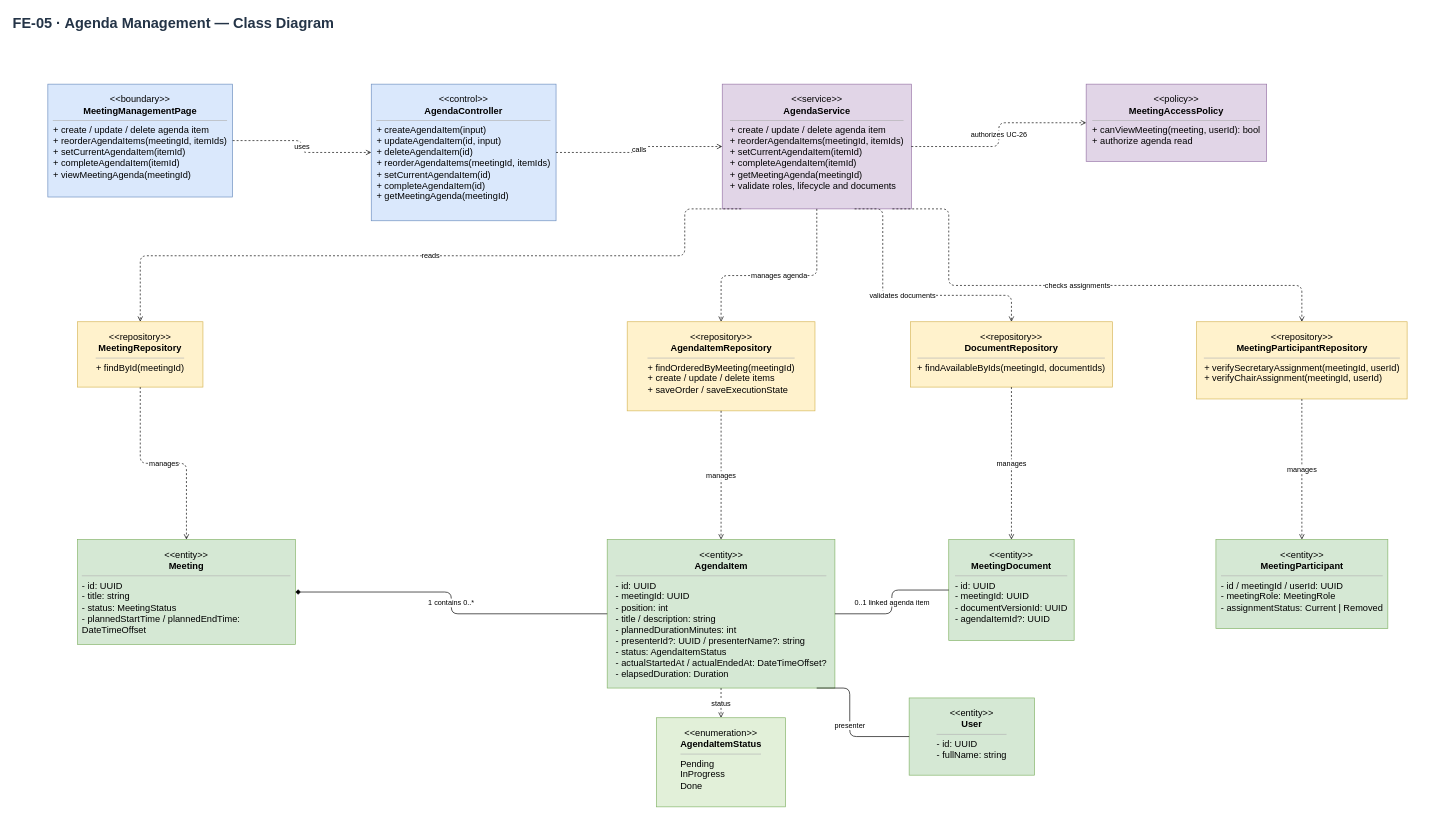
The draw.io diagram docs/07-classdiagram/feature-05-agenda-management-class-diagram.drawio in callmehai/FU-FA26-G116, before the edit. Source tidied: cells renumbered, new cells numbered last; positions are measured from the earlier drawing's top-left corner, leaving out a move shared by most shapes. Both pictures are drawn from the tidied source at 66%, with x=0, y=0 at pixel (11, 11).
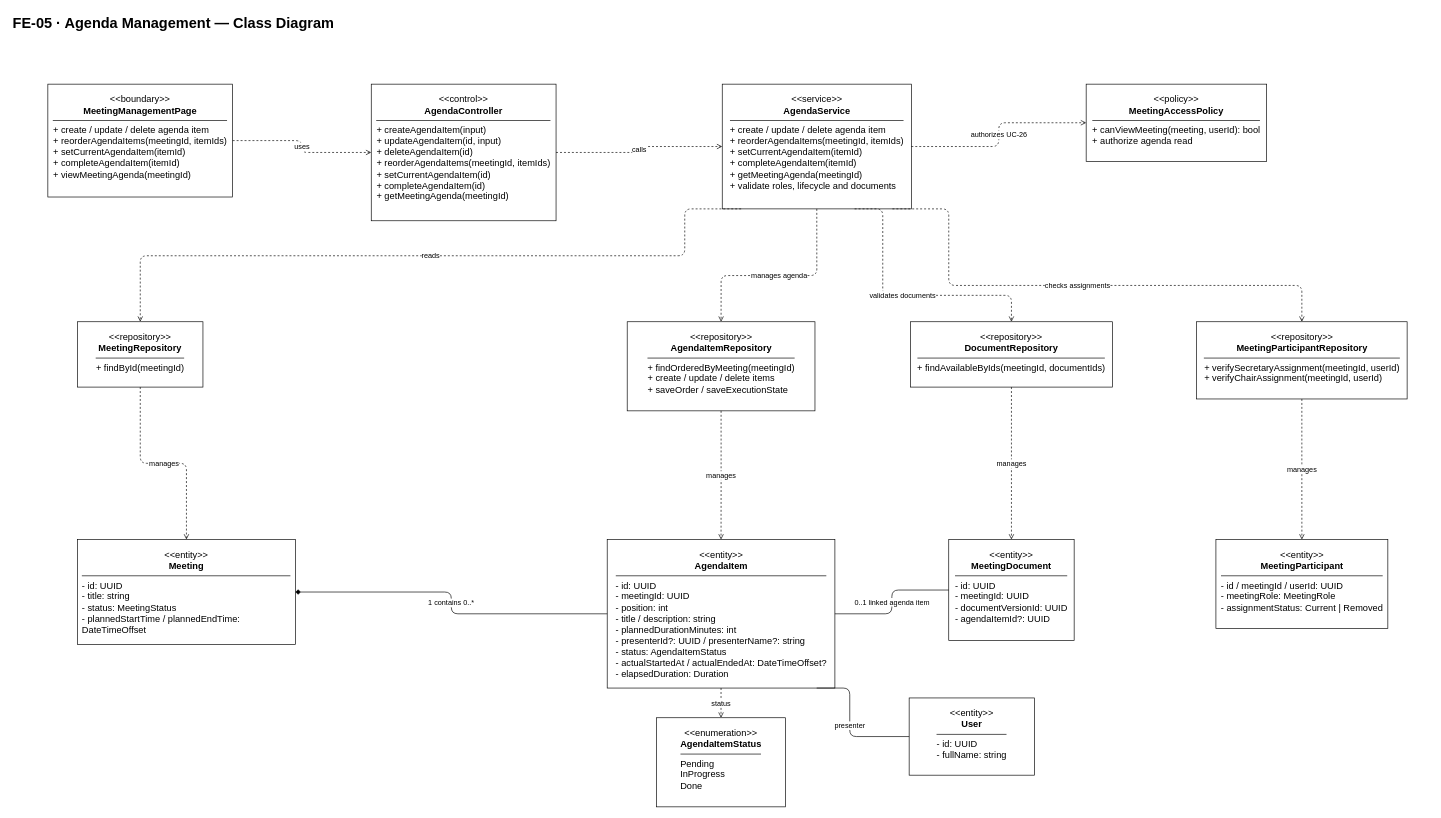
The same diagram, later.

Change to the diagram source:
```diff
@@
-    <mxCell id="2" value="FE-05 · Agenda Management — Class Diagram" style="text;html=1;align=left;verticalAlign=middle;fontSize=22;fontStyle=1;fontColor=#243447;" parent="1" vertex="1">
+    <mxCell id="2" value="FE-05 · Agenda Management — Class Diagram" style="text;html=1;align=left;verticalAlign=middle;fontSize=22;fontStyle=1;fontColor=#000000;" parent="1" vertex="1">
       <mxGeometry width="2150" height="38" as="geometry" />
     </mxCell>
-    <mxCell id="3" value="&lt;div style=&quot;text-align:center&quot;&gt;&amp;lt;&amp;lt;boundary&amp;gt;&amp;gt;&lt;br&gt;&lt;b&gt;MeetingManagementPage&lt;/b&gt;&lt;/div&gt;&lt;hr style=&quot;width:100%;height:0;border:0;border-top:1px solid #b3b3b3;margin:6px 0;&quot;&gt;&lt;div style=&quot;text-align:left&quot;&gt;+ create / update / delete agenda item&lt;br&gt;+ reorderAgendaItems(meetingId, itemIds)&lt;br&gt;+ setCurrentAgendaItem(itemId)&lt;br&gt;+ completeAgendaItem(itemId)&lt;br&gt;+ viewMeetingAgenda(meetingId)&lt;/div&gt;" style="rounded=0;whiteSpace=wrap;html=1;fillColor=#dae8fc;strokeColor=#6c8ebf;align=center;verticalAlign=top;spacingTop=8;spacingLeft=6;spacingRight=6;fontSize=14;" parent="1" vertex="1">
+    <mxCell id="3" value="&lt;div style=&quot;text-align:center&quot;&gt;&amp;lt;&amp;lt;boundary&amp;gt;&amp;gt;&lt;br&gt;&lt;b&gt;MeetingManagementPage&lt;/b&gt;&lt;/div&gt;&lt;hr style=&quot;width:100%;height:0;border:0;border-top:1px solid #000000;margin:6px 0;&quot;&gt;&lt;div style=&quot;text-align:left&quot;&gt;+ create / update / delete agenda item&lt;br&gt;+ reorderAgendaItems(meetingId, itemIds)&lt;br&gt;+ setCurrentAgendaItem(itemId)&lt;br&gt;+ completeAgendaItem(itemId)&lt;br&gt;+ viewMeetingAgenda(meetingId)&lt;/div&gt;" style="rounded=0;whiteSpace=wrap;html=1;fillColor=#ffffff;strokeColor=#000000;align=center;verticalAlign=top;spacingTop=8;spacingLeft=6;spacingRight=6;fontSize=14;" parent="1" vertex="1">
       <mxGeometry x="55" y="110" width="280" height="171" as="geometry" />
     </mxCell>
-    <mxCell id="4" value="&lt;div style=&quot;text-align:center&quot;&gt;&amp;lt;&amp;lt;control&amp;gt;&amp;gt;&lt;br&gt;&lt;b&gt;AgendaController&lt;/b&gt;&lt;/div&gt;&lt;hr style=&quot;width:100%;height:0;border:0;border-top:1px solid #b3b3b3;margin:6px 0;&quot;&gt;&lt;div style=&quot;text-align:left&quot;&gt;+ createAgendaItem(input)&lt;br&gt;+ updateAgendaItem(id, input)&lt;br&gt;+ deleteAgendaItem(id)&lt;br&gt;+ reorderAgendaItems(meetingId, itemIds)&lt;br&gt;+ setCurrentAgendaItem(id)&lt;br&gt;+ completeAgendaItem(id)&lt;br&gt;+ getMeetingAgenda(meetingId)&lt;/div&gt;" style="rounded=0;whiteSpace=wrap;html=1;fillColor=#dae8fc;strokeColor=#6c8ebf;align=center;verticalAlign=top;spacingTop=8;spacingLeft=6;spacingRight=6;fontSize=14;" parent="1" vertex="1">
+    <mxCell id="4" value="&lt;div style=&quot;text-align:center&quot;&gt;&amp;lt;&amp;lt;control&amp;gt;&amp;gt;&lt;br&gt;&lt;b&gt;AgendaController&lt;/b&gt;&lt;/div&gt;&lt;hr style=&quot;width:100%;height:0;border:0;border-top:1px solid #000000;margin:6px 0;&quot;&gt;&lt;div style=&quot;text-align:left&quot;&gt;+ createAgendaItem(input)&lt;br&gt;+ updateAgendaItem(id, input)&lt;br&gt;+ deleteAgendaItem(id)&lt;br&gt;+ reorderAgendaItems(meetingId, itemIds)&lt;br&gt;+ setCurrentAgendaItem(id)&lt;br&gt;+ completeAgendaItem(id)&lt;br&gt;+ getMeetingAgenda(meetingId)&lt;/div&gt;" style="rounded=0;whiteSpace=wrap;html=1;fillColor=#ffffff;strokeColor=#000000;align=center;verticalAlign=top;spacingTop=8;spacingLeft=6;spacingRight=6;fontSize=14;" parent="1" vertex="1">
       <mxGeometry x="545" y="110" width="280" height="207" as="geometry" />
     </mxCell>
-    <mxCell id="5" value="&lt;div style=&quot;text-align:center&quot;&gt;&amp;lt;&amp;lt;service&amp;gt;&amp;gt;&lt;br&gt;&lt;b&gt;AgendaService&lt;/b&gt;&lt;/div&gt;&lt;hr style=&quot;width:100%;height:0;border:0;border-top:1px solid #b3b3b3;margin:6px 0;&quot;&gt;&lt;div style=&quot;text-align:left&quot;&gt;+ create / update / delete agenda item&lt;br&gt;+ reorderAgendaItems(meetingId, itemIds)&lt;br&gt;+ setCurrentAgendaItem(itemId)&lt;br&gt;+ completeAgendaItem(itemId)&lt;br&gt;+ getMeetingAgenda(meetingId)&lt;br&gt;+ validate roles, lifecycle and documents&lt;/div&gt;" style="rounded=0;whiteSpace=wrap;html=1;fillColor=#e1d5e7;strokeColor=#9673a6;align=center;verticalAlign=top;spacingTop=8;spacingLeft=6;spacingRight=6;fontSize=14;" parent="1" vertex="1">
+    <mxCell id="5" value="&lt;div style=&quot;text-align:center&quot;&gt;&amp;lt;&amp;lt;service&amp;gt;&amp;gt;&lt;br&gt;&lt;b&gt;AgendaService&lt;/b&gt;&lt;/div&gt;&lt;hr style=&quot;width:100%;height:0;border:0;border-top:1px solid #000000;margin:6px 0;&quot;&gt;&lt;div style=&quot;text-align:left&quot;&gt;+ create / update / delete agenda item&lt;br&gt;+ reorderAgendaItems(meetingId, itemIds)&lt;br&gt;+ setCurrentAgendaItem(itemId)&lt;br&gt;+ completeAgendaItem(itemId)&lt;br&gt;+ getMeetingAgenda(meetingId)&lt;br&gt;+ validate roles, lifecycle and documents&lt;/div&gt;" style="rounded=0;whiteSpace=wrap;html=1;fillColor=#ffffff;strokeColor=#000000;align=center;verticalAlign=top;spacingTop=8;spacingLeft=6;spacingRight=6;fontSize=14;" parent="1" vertex="1">
       <mxGeometry x="1076.8" y="110" width="286.5" height="189" as="geometry" />
     </mxCell>
-    <mxCell id="6" value="&lt;div style=&quot;text-align:center&quot;&gt;&amp;lt;&amp;lt;policy&amp;gt;&amp;gt;&lt;br&gt;&lt;b&gt;MeetingAccessPolicy&lt;/b&gt;&lt;/div&gt;&lt;hr style=&quot;width:100%;height:0;border:0;border-top:1px solid #b3b3b3;margin:6px 0;&quot;&gt;&lt;div style=&quot;text-align:left&quot;&gt;+ canViewMeeting(meeting, userId): bool&lt;br&gt;+ authorize agenda read&lt;/div&gt;" style="rounded=0;whiteSpace=wrap;html=1;fillColor=#e1d5e7;strokeColor=#9673a6;align=center;verticalAlign=top;spacingTop=8;spacingLeft=6;spacingRight=6;fontSize=14;" parent="1" vertex="1">
+    <mxCell id="6" value="&lt;div style=&quot;text-align:center&quot;&gt;&amp;lt;&amp;lt;policy&amp;gt;&amp;gt;&lt;br&gt;&lt;b&gt;MeetingAccessPolicy&lt;/b&gt;&lt;/div&gt;&lt;hr style=&quot;width:100%;height:0;border:0;border-top:1px solid #000000;margin:6px 0;&quot;&gt;&lt;div style=&quot;text-align:left&quot;&gt;+ canViewMeeting(meeting, userId): bool&lt;br&gt;+ authorize agenda read&lt;/div&gt;" style="rounded=0;whiteSpace=wrap;html=1;fillColor=#ffffff;strokeColor=#000000;align=center;verticalAlign=top;spacingTop=8;spacingLeft=6;spacingRight=6;fontSize=14;" parent="1" vertex="1">
       <mxGeometry x="1628.2" y="110" width="273.5" height="117" as="geometry" />
     </mxCell>
-    <mxCell id="7" value="&lt;div style=&quot;text-align:center&quot;&gt;&amp;lt;&amp;lt;repository&amp;gt;&amp;gt;&lt;br&gt;&lt;b&gt;MeetingRepository&lt;/b&gt;&lt;/div&gt;&lt;hr style=&quot;width:100%;height:0;border:0;border-top:1px solid #b3b3b3;margin:6px 0;&quot;&gt;&lt;div style=&quot;text-align:left&quot;&gt;+ findById(meetingId)&lt;/div&gt;" style="rounded=0;whiteSpace=wrap;html=1;fillColor=#fff2cc;strokeColor=#d6b656;align=center;verticalAlign=top;spacingTop=8;spacingLeft=6;spacingRight=6;fontSize=14;" parent="1" vertex="1">
+    <mxCell id="7" value="&lt;div style=&quot;text-align:center&quot;&gt;&amp;lt;&amp;lt;repository&amp;gt;&amp;gt;&lt;br&gt;&lt;b&gt;MeetingRepository&lt;/b&gt;&lt;/div&gt;&lt;hr style=&quot;width:100%;height:0;border:0;border-top:1px solid #000000;margin:6px 0;&quot;&gt;&lt;div style=&quot;text-align:left&quot;&gt;+ findById(meetingId)&lt;/div&gt;" style="rounded=0;whiteSpace=wrap;html=1;fillColor=#ffffff;strokeColor=#000000;align=center;verticalAlign=top;spacingTop=8;spacingLeft=6;spacingRight=6;fontSize=14;" parent="1" vertex="1">
       <mxGeometry x="100" y="470" width="190" height="99" as="geometry" />
     </mxCell>
-    <mxCell id="8" value="&lt;div style=&quot;text-align:center&quot;&gt;&amp;lt;&amp;lt;repository&amp;gt;&amp;gt;&lt;br&gt;&lt;b&gt;AgendaItemRepository&lt;/b&gt;&lt;/div&gt;&lt;hr style=&quot;width:100%;height:0;border:0;border-top:1px solid #b3b3b3;margin:6px 0;&quot;&gt;&lt;div style=&quot;text-align:left&quot;&gt;+ findOrderedByMeeting(meetingId)&lt;br&gt;+ create / update / delete items&lt;br&gt;+ saveOrder / saveExecutionState&lt;/div&gt;" style="rounded=0;whiteSpace=wrap;html=1;fillColor=#fff2cc;strokeColor=#d6b656;align=center;verticalAlign=top;spacingTop=8;spacingLeft=6;spacingRight=6;fontSize=14;" parent="1" vertex="1">
+    <mxCell id="8" value="&lt;div style=&quot;text-align:center&quot;&gt;&amp;lt;&amp;lt;repository&amp;gt;&amp;gt;&lt;br&gt;&lt;b&gt;AgendaItemRepository&lt;/b&gt;&lt;/div&gt;&lt;hr style=&quot;width:100%;height:0;border:0;border-top:1px solid #000000;margin:6px 0;&quot;&gt;&lt;div style=&quot;text-align:left&quot;&gt;+ findOrderedByMeeting(meetingId)&lt;br&gt;+ create / update / delete items&lt;br&gt;+ saveOrder / saveExecutionState&lt;/div&gt;" style="rounded=0;whiteSpace=wrap;html=1;fillColor=#ffffff;strokeColor=#000000;align=center;verticalAlign=top;spacingTop=8;spacingLeft=6;spacingRight=6;fontSize=14;" parent="1" vertex="1">
       <mxGeometry x="932.8" y="470" width="284.5" height="135" as="geometry" />
     </mxCell>
-    <mxCell id="9" value="&lt;div style=&quot;text-align:center&quot;&gt;&amp;lt;&amp;lt;repository&amp;gt;&amp;gt;&lt;br&gt;&lt;b&gt;DocumentRepository&lt;/b&gt;&lt;/div&gt;&lt;hr style=&quot;width:100%;height:0;border:0;border-top:1px solid #b3b3b3;margin:6px 0;&quot;&gt;&lt;div style=&quot;text-align:left&quot;&gt;+ findAvailableByIds(meetingId, documentIds)&lt;/div&gt;" style="rounded=0;whiteSpace=wrap;html=1;fillColor=#fff2cc;strokeColor=#d6b656;align=center;verticalAlign=top;spacingTop=8;spacingLeft=6;spacingRight=6;fontSize=14;" parent="1" vertex="1">
+    <mxCell id="9" value="&lt;div style=&quot;text-align:center&quot;&gt;&amp;lt;&amp;lt;repository&amp;gt;&amp;gt;&lt;br&gt;&lt;b&gt;DocumentRepository&lt;/b&gt;&lt;/div&gt;&lt;hr style=&quot;width:100%;height:0;border:0;border-top:1px solid #000000;margin:6px 0;&quot;&gt;&lt;div style=&quot;text-align:left&quot;&gt;+ findAvailableByIds(meetingId, documentIds)&lt;/div&gt;" style="rounded=0;whiteSpace=wrap;html=1;fillColor=#ffffff;strokeColor=#000000;align=center;verticalAlign=top;spacingTop=8;spacingLeft=6;spacingRight=6;fontSize=14;" parent="1" vertex="1">
       <mxGeometry x="1362" y="470" width="306" height="99" as="geometry" />
     </mxCell>
-    <mxCell id="10" value="&lt;div style=&quot;text-align:center&quot;&gt;&amp;lt;&amp;lt;repository&amp;gt;&amp;gt;&lt;br&gt;&lt;b&gt;MeetingParticipantRepository&lt;/b&gt;&lt;/div&gt;&lt;hr style=&quot;width:100%;height:0;border:0;border-top:1px solid #b3b3b3;margin:6px 0;&quot;&gt;&lt;div style=&quot;text-align:left&quot;&gt;+ verifySecretaryAssignment(meetingId, userId)&lt;br&gt;+ verifyChairAssignment(meetingId, userId)&lt;/div&gt;" style="rounded=0;whiteSpace=wrap;html=1;fillColor=#fff2cc;strokeColor=#d6b656;align=center;verticalAlign=top;spacingTop=8;spacingLeft=6;spacingRight=6;fontSize=14;" parent="1" vertex="1">
+    <mxCell id="10" value="&lt;div style=&quot;text-align:center&quot;&gt;&amp;lt;&amp;lt;repository&amp;gt;&amp;gt;&lt;br&gt;&lt;b&gt;MeetingParticipantRepository&lt;/b&gt;&lt;/div&gt;&lt;hr style=&quot;width:100%;height:0;border:0;border-top:1px solid #000000;margin:6px 0;&quot;&gt;&lt;div style=&quot;text-align:left&quot;&gt;+ verifySecretaryAssignment(meetingId, userId)&lt;br&gt;+ verifyChairAssignment(meetingId, userId)&lt;/div&gt;" style="rounded=0;whiteSpace=wrap;html=1;fillColor=#ffffff;strokeColor=#000000;align=center;verticalAlign=top;spacingTop=8;spacingLeft=6;spacingRight=6;fontSize=14;" parent="1" vertex="1">
       <mxGeometry x="1795.5" y="470" width="319" height="117" as="geometry" />
     </mxCell>
-    <mxCell id="11" value="&lt;div style=&quot;text-align:center&quot;&gt;&amp;lt;&amp;lt;entity&amp;gt;&amp;gt;&lt;br&gt;&lt;b&gt;Meeting&lt;/b&gt;&lt;/div&gt;&lt;hr style=&quot;width:100%;height:0;border:0;border-top:1px solid #b3b3b3;margin:6px 0;&quot;&gt;&lt;div style=&quot;text-align:left&quot;&gt;- id: UUID&lt;br&gt;- title: string&lt;br&gt;- status: MeetingStatus&lt;br&gt;- plannedStartTime / plannedEndTime: DateTimeOffset&lt;/div&gt;" style="rounded=0;whiteSpace=wrap;html=1;fillColor=#d5e8d4;strokeColor=#82b366;align=center;verticalAlign=top;spacingTop=8;spacingLeft=6;spacingRight=6;fontSize=14;" parent="1" vertex="1">
+    <mxCell id="11" value="&lt;div style=&quot;text-align:center&quot;&gt;&amp;lt;&amp;lt;entity&amp;gt;&amp;gt;&lt;br&gt;&lt;b&gt;Meeting&lt;/b&gt;&lt;/div&gt;&lt;hr style=&quot;width:100%;height:0;border:0;border-top:1px solid #000000;margin:6px 0;&quot;&gt;&lt;div style=&quot;text-align:left&quot;&gt;- id: UUID&lt;br&gt;- title: string&lt;br&gt;- status: MeetingStatus&lt;br&gt;- plannedStartTime / plannedEndTime: DateTimeOffset&lt;/div&gt;" style="rounded=0;whiteSpace=wrap;html=1;fillColor=#ffffff;strokeColor=#000000;align=center;verticalAlign=top;spacingTop=8;spacingLeft=6;spacingRight=6;fontSize=14;" parent="1" vertex="1">
       <mxGeometry x="100" y="800" width="330" height="159" as="geometry" />
     </mxCell>
-    <mxCell id="12" value="&lt;div style=&quot;text-align:center&quot;&gt;&amp;lt;&amp;lt;entity&amp;gt;&amp;gt;&lt;br&gt;&lt;b&gt;AgendaItem&lt;/b&gt;&lt;/div&gt;&lt;hr style=&quot;width:100%;height:0;border:0;border-top:1px solid #b3b3b3;margin:6px 0;&quot;&gt;&lt;div style=&quot;text-align:left&quot;&gt;- id: UUID&lt;br&gt;- meetingId: UUID&lt;br&gt;- position: int&lt;br&gt;- title / description: string&lt;br&gt;- plannedDurationMinutes: int&lt;br&gt;- presenterId?: UUID / presenterName?: string&lt;br&gt;- status: AgendaItemStatus&lt;br&gt;- actualStartedAt / actualEndedAt: DateTimeOffset?&lt;br&gt;- elapsedDuration: Duration&lt;/div&gt;" style="rounded=0;whiteSpace=wrap;html=1;fillColor=#d5e8d4;strokeColor=#82b366;align=center;verticalAlign=top;spacingTop=8;spacingLeft=6;spacingRight=6;fontSize=14;" parent="1" vertex="1">
+    <mxCell id="12" value="&lt;div style=&quot;text-align:center&quot;&gt;&amp;lt;&amp;lt;entity&amp;gt;&amp;gt;&lt;br&gt;&lt;b&gt;AgendaItem&lt;/b&gt;&lt;/div&gt;&lt;hr style=&quot;width:100%;height:0;border:0;border-top:1px solid #000000;margin:6px 0;&quot;&gt;&lt;div style=&quot;text-align:left&quot;&gt;- id: UUID&lt;br&gt;- meetingId: UUID&lt;br&gt;- position: int&lt;br&gt;- title / description: string&lt;br&gt;- plannedDurationMinutes: int&lt;br&gt;- presenterId?: UUID / presenterName?: string&lt;br&gt;- status: AgendaItemStatus&lt;br&gt;- actualStartedAt / actualEndedAt: DateTimeOffset?&lt;br&gt;- elapsedDuration: Duration&lt;/div&gt;" style="rounded=0;whiteSpace=wrap;html=1;fillColor=#ffffff;strokeColor=#000000;align=center;verticalAlign=top;spacingTop=8;spacingLeft=6;spacingRight=6;fontSize=14;" parent="1" vertex="1">
       <mxGeometry x="902.5" y="800" width="345" height="225" as="geometry" />
     </mxCell>
-    <mxCell id="13" value="&lt;div style=&quot;text-align:center&quot;&gt;&amp;lt;&amp;lt;entity&amp;gt;&amp;gt;&lt;br&gt;&lt;b&gt;MeetingDocument&lt;/b&gt;&lt;/div&gt;&lt;hr style=&quot;width:100%;height:0;border:0;border-top:1px solid #b3b3b3;margin:6px 0;&quot;&gt;&lt;div style=&quot;text-align:left&quot;&gt;- id: UUID&lt;br&gt;- meetingId: UUID&lt;br&gt;- documentVersionId: UUID&lt;br&gt;- agendaItemId?: UUID&lt;/div&gt;" style="rounded=0;whiteSpace=wrap;html=1;fillColor=#d5e8d4;strokeColor=#82b366;align=center;verticalAlign=top;spacingTop=8;spacingLeft=6;spacingRight=6;fontSize=14;" parent="1" vertex="1">
+    <mxCell id="13" value="&lt;div style=&quot;text-align:center&quot;&gt;&amp;lt;&amp;lt;entity&amp;gt;&amp;gt;&lt;br&gt;&lt;b&gt;MeetingDocument&lt;/b&gt;&lt;/div&gt;&lt;hr style=&quot;width:100%;height:0;border:0;border-top:1px solid #000000;margin:6px 0;&quot;&gt;&lt;div style=&quot;text-align:left&quot;&gt;- id: UUID&lt;br&gt;- meetingId: UUID&lt;br&gt;- documentVersionId: UUID&lt;br&gt;- agendaItemId?: UUID&lt;/div&gt;" style="rounded=0;whiteSpace=wrap;html=1;fillColor=#ffffff;strokeColor=#000000;align=center;verticalAlign=top;spacingTop=8;spacingLeft=6;spacingRight=6;fontSize=14;" parent="1" vertex="1">
       <mxGeometry x="1420" y="800" width="190" height="153" as="geometry" />
     </mxCell>
-    <mxCell id="14" value="&lt;div style=&quot;text-align:center&quot;&gt;&amp;lt;&amp;lt;entity&amp;gt;&amp;gt;&lt;br&gt;&lt;b&gt;MeetingParticipant&lt;/b&gt;&lt;/div&gt;&lt;hr style=&quot;width:100%;height:0;border:0;border-top:1px solid #b3b3b3;margin:6px 0;&quot;&gt;&lt;div style=&quot;text-align:left&quot;&gt;- id / meetingId / userId: UUID&lt;br&gt;- meetingRole: MeetingRole&lt;br&gt;- assignmentStatus: Current | Removed&lt;/div&gt;" style="rounded=0;whiteSpace=wrap;html=1;fillColor=#d5e8d4;strokeColor=#82b366;align=center;verticalAlign=top;spacingTop=8;spacingLeft=6;spacingRight=6;fontSize=14;" parent="1" vertex="1">
+    <mxCell id="14" value="&lt;div style=&quot;text-align:center&quot;&gt;&amp;lt;&amp;lt;entity&amp;gt;&amp;gt;&lt;br&gt;&lt;b&gt;MeetingParticipant&lt;/b&gt;&lt;/div&gt;&lt;hr style=&quot;width:100%;height:0;border:0;border-top:1px solid #000000;margin:6px 0;&quot;&gt;&lt;div style=&quot;text-align:left&quot;&gt;- id / meetingId / userId: UUID&lt;br&gt;- meetingRole: MeetingRole&lt;br&gt;- assignmentStatus: Current | Removed&lt;/div&gt;" style="rounded=0;whiteSpace=wrap;html=1;fillColor=#ffffff;strokeColor=#000000;align=center;verticalAlign=top;spacingTop=8;spacingLeft=6;spacingRight=6;fontSize=14;" parent="1" vertex="1">
       <mxGeometry x="1824.8" y="800" width="260.5" height="135" as="geometry" />
     </mxCell>
-    <mxCell id="15" value="&lt;div style=&quot;text-align:center&quot;&gt;&amp;lt;&amp;lt;entity&amp;gt;&amp;gt;&lt;br&gt;&lt;b&gt;User&lt;/b&gt;&lt;/div&gt;&lt;hr style=&quot;width:100%;height:0;border:0;border-top:1px solid #b3b3b3;margin:6px 0;&quot;&gt;&lt;div style=&quot;text-align:left&quot;&gt;- id: UUID&lt;br&gt;- fullName: string&lt;/div&gt;" style="rounded=0;whiteSpace=wrap;html=1;fillColor=#d5e8d4;strokeColor=#82b366;align=center;verticalAlign=top;spacingTop=8;spacingLeft=6;spacingRight=6;fontSize=14;" parent="1" vertex="1">
+    <mxCell id="15" value="&lt;div style=&quot;text-align:center&quot;&gt;&amp;lt;&amp;lt;entity&amp;gt;&amp;gt;&lt;br&gt;&lt;b&gt;User&lt;/b&gt;&lt;/div&gt;&lt;hr style=&quot;width:100%;height:0;border:0;border-top:1px solid #000000;margin:6px 0;&quot;&gt;&lt;div style=&quot;text-align:left&quot;&gt;- id: UUID&lt;br&gt;- fullName: string&lt;/div&gt;" style="rounded=0;whiteSpace=wrap;html=1;fillColor=#ffffff;strokeColor=#000000;align=center;verticalAlign=top;spacingTop=8;spacingLeft=6;spacingRight=6;fontSize=14;" parent="1" vertex="1">
       <mxGeometry x="1360" y="1040" width="190" height="117" as="geometry" />
     </mxCell>
-    <mxCell id="16" value="&lt;div style=&quot;text-align:center&quot;&gt;&amp;lt;&amp;lt;enumeration&amp;gt;&amp;gt;&lt;br&gt;&lt;b&gt;AgendaItemStatus&lt;/b&gt;&lt;/div&gt;&lt;hr style=&quot;width:100%;height:0;border:0;border-top:1px solid #b3b3b3;margin:6px 0;&quot;&gt;&lt;div style=&quot;text-align:left&quot;&gt;Pending&lt;br&gt;InProgress&lt;br&gt;Done&lt;/div&gt;" style="rounded=0;whiteSpace=wrap;html=1;fillColor=#e2f0d9;strokeColor=#82b366;align=center;verticalAlign=top;spacingTop=8;spacingLeft=6;spacingRight=6;fontSize=14;" parent="1" vertex="1">
+    <mxCell id="16" value="&lt;div style=&quot;text-align:center&quot;&gt;&amp;lt;&amp;lt;enumeration&amp;gt;&amp;gt;&lt;br&gt;&lt;b&gt;AgendaItemStatus&lt;/b&gt;&lt;/div&gt;&lt;hr style=&quot;width:100%;height:0;border:0;border-top:1px solid #000000;margin:6px 0;&quot;&gt;&lt;div style=&quot;text-align:left&quot;&gt;Pending&lt;br&gt;InProgress&lt;br&gt;Done&lt;/div&gt;" style="rounded=0;whiteSpace=wrap;html=1;fillColor=#ffffff;strokeColor=#000000;align=center;verticalAlign=top;spacingTop=8;spacingLeft=6;spacingRight=6;fontSize=14;" parent="1" vertex="1">
       <mxGeometry x="977.2" y="1070" width="195.5" height="135" as="geometry" />
     </mxCell>
```
